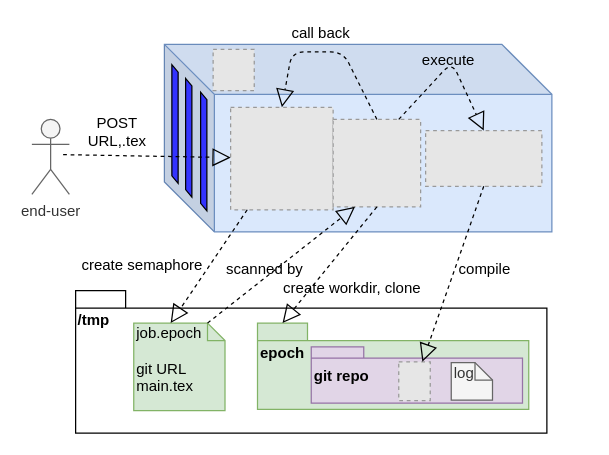
EtangDesApplis/ReTeX keeps this draw.io diagram as ReTeX.drawio. Above is the earlier version. Source tidied: cells renumbered, new cells numbered last; positions are measured from the earlier drawing's top-left corner, leaving out a move shared by most shapes. Both pictures are drawn from the tidied source at 125%, with x=0, y=0 at pixel (31, 21). Pictures stored in the file or linked from it are replaced by grey dashed boxes.
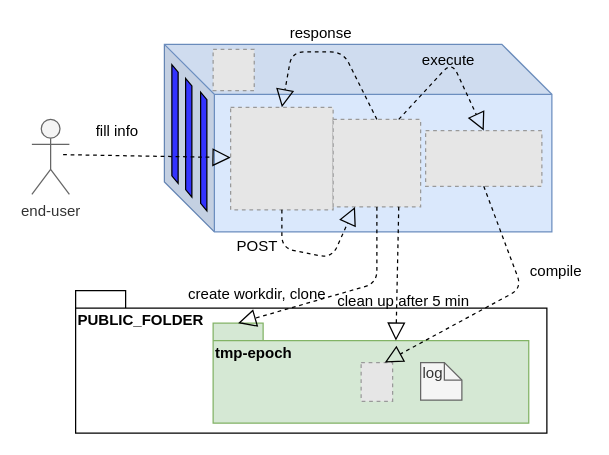
Above is the later version.

Unchanged cells that the change refers to:
```xml
<mxCell id="6" style="fillColor=#E6E6E6;strokeColor=#999999;dashed=1;verticalLabelPosition=bottom;labelBackgroundColor=#ffffff;verticalAlign=top;" parent="1" vertex="1">
  <mxGeometry x="159" y="68.3" width="82" height="82" as="geometry" />
</mxCell>
<mxCell id="7" style="fillColor=#E6E6E6;strokeColor=#999999;dashed=1;verticalLabelPosition=bottom;labelBackgroundColor=#ffffff;verticalAlign=top;" parent="1" vertex="1">
  <mxGeometry x="241" y="78" width="70" height="70" as="geometry" />
</mxCell>
<mxCell id="8" style="fillColor=#E6E6E6;strokeColor=#999999;dashed=1;verticalLabelPosition=bottom;labelBackgroundColor=#ffffff;verticalAlign=top;" parent="1" vertex="1">
  <mxGeometry x="315" y="87" width="93" height="44.5" as="geometry" />
</mxCell>
```

Change to the diagram source:
```diff
@@
-    <mxCell id="9" value="/tmp" style="shape=folder;fontStyle=1;spacingTop=10;tabWidth=40;tabHeight=14;tabPosition=left;html=1;align=left;verticalAlign=top;" parent="1" vertex="1">
+    <mxCell id="9" value="PUBLIC_FOLDER" style="shape=folder;fontStyle=1;spacingTop=10;tabWidth=40;tabHeight=14;tabPosition=left;html=1;align=left;verticalAlign=top;" parent="1" vertex="1">
       <mxGeometry x="35" y="215" width="377" height="114" as="geometry" />
     </mxCell>
@@
-    <mxCell id="11" value="epoch" style="shape=folder;fontStyle=1;spacingTop=10;tabWidth=40;tabHeight=14;tabPosition=left;html=1;fillColor=#d5e8d4;align=left;strokeColor=#82b366;verticalAlign=top;" parent="1" vertex="1">
-      <mxGeometry x="180.5" y="241" width="217" height="69" as="geometry" />
+    <mxCell id="11" value="tmp-epoch" style="shape=folder;fontStyle=1;spacingTop=10;tabWidth=40;tabHeight=14;tabPosition=left;html=1;fillColor=#d5e8d4;align=left;strokeColor=#82b366;verticalAlign=top;" parent="1" vertex="1">
+      <mxGeometry x="145" y="241" width="252.5" height="80" as="geometry" />
     </mxCell>
-    <mxCell id="12" value="&lt;div&gt;job.epoch&lt;/div&gt;&lt;div&gt;&lt;br&gt;&lt;/div&gt;&lt;div&gt;git URL&lt;/div&gt;&lt;div&gt;main.tex&lt;br&gt;&lt;/div&gt;" style="shape=note;whiteSpace=wrap;html=1;size=14;verticalAlign=top;align=left;spacingTop=-6;fillColor=#d5e8d4;strokeColor=#82b366;" parent="1" vertex="1">
-      <mxGeometry x="81.5" y="241" width="73" height="70" as="geometry" />
-    </mxCell>
-    <mxCell id="13" value="git repo" style="shape=folder;fontStyle=1;spacingTop=10;tabWidth=42;tabHeight=9;tabPosition=left;html=1;fillColor=#e1d5e7;align=left;verticalAlign=top;strokeColor=#9673a6;" parent="1" vertex="1">
-      <mxGeometry x="223.5" y="260" width="169" height="45" as="geometry" />
-    </mxCell>
     <mxCell id="14" style="fillColor=#E6E6E6;strokeColor=#999999;dashed=1;verticalLabelPosition=bottom;labelBackgroundColor=#ffffff;verticalAlign=top;" parent="1" vertex="1">
-      <mxGeometry x="293.5" y="272" width="25.2" height="31" as="geometry" />
+      <mxGeometry x="263.4" y="272.5" width="25.2" height="31" as="geometry" />
     </mxCell>
     <mxCell id="15" value="log" style="shape=note;whiteSpace=wrap;html=1;size=14;verticalAlign=top;align=left;spacingTop=-6;fillColor=#f5f5f5;strokeColor=#666666;fontColor=#333333;" parent="1" vertex="1">
-      <mxGeometry x="335.5" y="272.5" width="33" height="30" as="geometry" />
+      <mxGeometry x="311" y="272.5" width="33" height="30" as="geometry" />
     </mxCell>
@@
-    <mxCell id="17" value="&lt;div&gt;POST &lt;br&gt;&lt;/div&gt;&lt;div&gt;URL,.tex&lt;/div&gt;" style="text;html=1;align=center;verticalAlign=middle;" parent="1" vertex="1">
-      <mxGeometry x="40" y="72.2" width="56" height="32" as="geometry" />
+    <mxCell id="17" value="fill info" style="text;html=1;align=center;verticalAlign=middle;" parent="1" vertex="1">
+      <mxGeometry x="46" y="79.2" width="44" height="18" as="geometry" />
     </mxCell>
-    <mxCell id="18" style="endArrow=block;dashed=1;endFill=0;endSize=12;html=1;entryX=0;entryY=0;entryDx=29.5;entryDy=0;entryPerimeter=0;" parent="1" edge="1" source="6" target="12">
-      <mxGeometry relative="1" as="geometry" />
-    </mxCell>
-    <mxCell id="19" value="create semaphore" style="text;html=1;align=center;verticalAlign=middle;" parent="1" vertex="1">
-      <mxGeometry x="35" y="186" width="106" height="18" as="geometry" />
-    </mxCell>
-    <mxCell id="20" style="endArrow=block;dashed=1;endFill=0;endSize=12;html=1;exitX=0;exitY=0;exitDx=59;exitDy=0;exitPerimeter=0;entryX=0.25;entryY=1;entryDx=0;entryDy=0;" parent="1" edge="1" source="12" target="7">
-      <mxGeometry relative="1" as="geometry" />
-    </mxCell>
-    <mxCell id="21" value="scanned by" style="text;html=1;align=center;verticalAlign=middle;" parent="1" vertex="1">
-      <mxGeometry x="150" y="189" width="71" height="18" as="geometry" />
-    </mxCell>
     <mxCell id="22" style="endArrow=block;dashed=1;endFill=0;endSize=12;html=1;entryX=0;entryY=0;entryDx=20;entryDy=0;entryPerimeter=0;exitX=0.5;exitY=1;exitDx=0;exitDy=0;" parent="1" edge="1" source="7" target="11">
-      <mxGeometry relative="1" as="geometry" />
+      <mxGeometry relative="1" as="geometry">
+        <Array as="points">
+          <mxPoint x="276" y="209" />
+        </Array>
+      </mxGeometry>
     </mxCell>
     <mxCell id="23" value="create workdir, clone" style="text;html=1;align=center;verticalAlign=middle;" parent="1" vertex="1">
-      <mxGeometry x="196" y="204" width="119" height="18" as="geometry" />
+      <mxGeometry x="120.5" y="209" width="119" height="18" as="geometry" />
     </mxCell>
     <mxCell id="24" style="endArrow=block;dashed=1;endFill=0;endSize=12;html=1;exitX=0.5;exitY=1;exitDx=0;exitDy=0;entryX=0.75;entryY=0;entryDx=0;entryDy=0;" parent="1" edge="1" source="8" target="14">
-      <mxGeometry relative="1" as="geometry" />
+      <mxGeometry relative="1" as="geometry">
+        <Array as="points">
+          <mxPoint x="392" y="213" />
+        </Array>
+      </mxGeometry>
     </mxCell>
     <mxCell id="25" value="compile" style="text;html=1;align=center;verticalAlign=middle;" parent="1" vertex="1">
-      <mxGeometry x="336" y="189" width="51" height="18" as="geometry" />
+      <mxGeometry x="393" y="191" width="51" height="18" as="geometry" />
     </mxCell>
@@
-    <mxCell id="29" value="call back" style="text;html=1;align=center;verticalAlign=middle;" parent="1" vertex="1">
-      <mxGeometry x="202" width="57" height="18" as="geometry" />
+    <mxCell id="29" value="response" style="text;html=1;align=center;verticalAlign=middle;" parent="1" vertex="1">
+      <mxGeometry x="201" width="59" height="18" as="geometry" />
     </mxCell>
@@
+    <mxCell id="31" style="endArrow=block;dashed=1;endFill=0;endSize=12;html=1;exitX=0.5;exitY=1;exitDx=0;exitDy=0;entryX=0.25;entryY=1;entryDx=0;entryDy=0;" parent="1" edge="1" source="6" target="7">
+      <mxGeometry relative="1" as="geometry">
+        <Array as="points">
+          <mxPoint x="200" y="181" />
+          <mxPoint x="240" y="189" />
+        </Array>
+      </mxGeometry>
+    </mxCell>
+    <mxCell id="32" value="POST" style="text;html=1;align=center;verticalAlign=middle;" parent="1" vertex="1">
+      <mxGeometry x="159" y="171" width="42" height="18" as="geometry" />
+    </mxCell>
+    <mxCell id="33" style="endArrow=block;dashed=1;endFill=0;endSize=12;html=1;exitX=0.75;exitY=1;exitDx=0;exitDy=0;entryX=0;entryY=0;entryDx=146.25;entryDy=14;entryPerimeter=0;" parent="1" edge="1" source="7" target="11">
+      <mxGeometry relative="1" as="geometry" />
+    </mxCell>
+    <mxCell id="34" value="clean up after 5 min" style="text;html=1;align=center;verticalAlign=middle;" parent="1" vertex="1">
+      <mxGeometry x="239.5" y="215" width="115" height="18" as="geometry" />
+    </mxCell>
```
